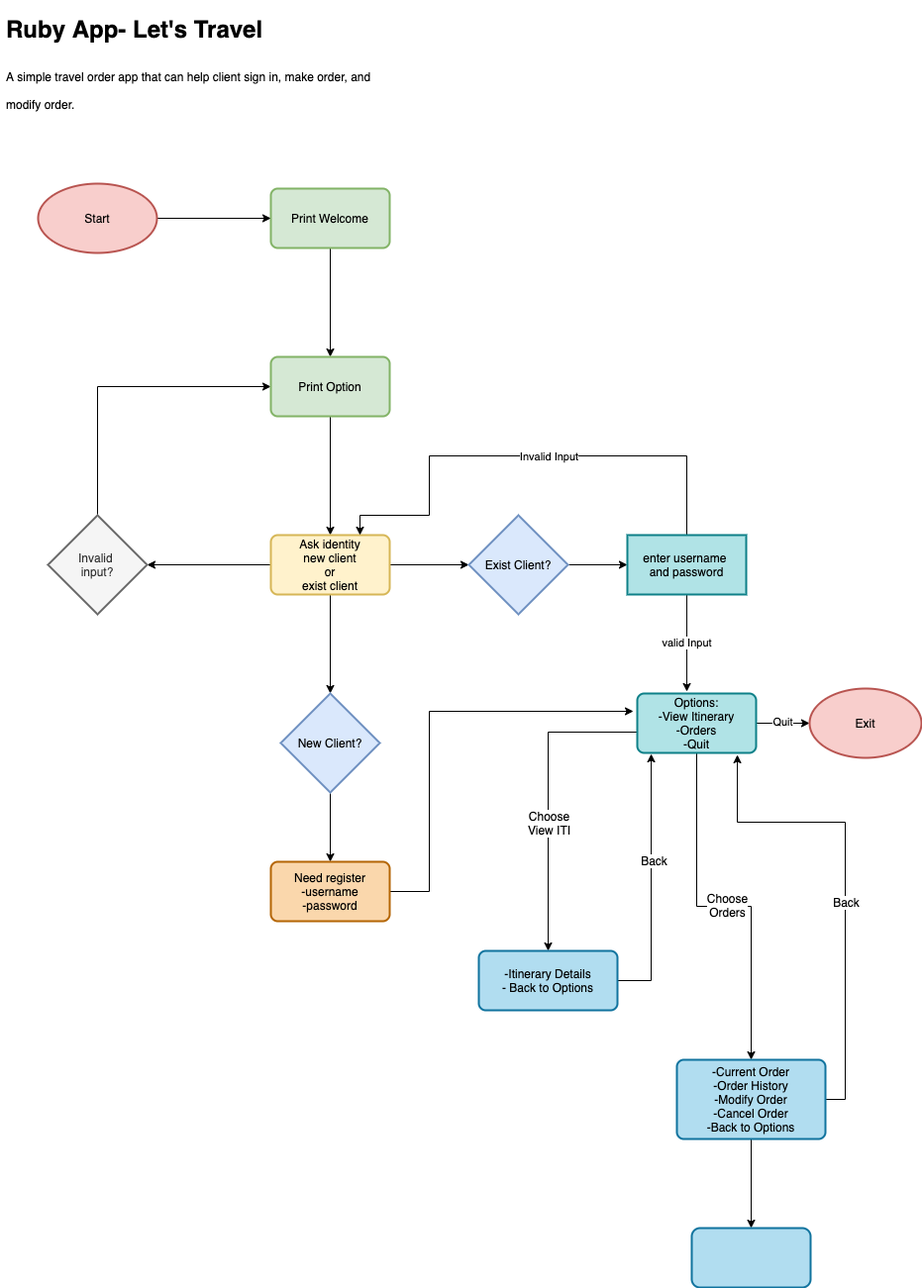
This is docs/T1A3-Draft-Draw.png from lanceliumeng/Terminal_Application, a draw.io export, as it was before one commit. Source tidied: cells renumbered, new cells last; positions are measured from the earlier drawing's top-left corner, leaving out a move shared by most shapes.
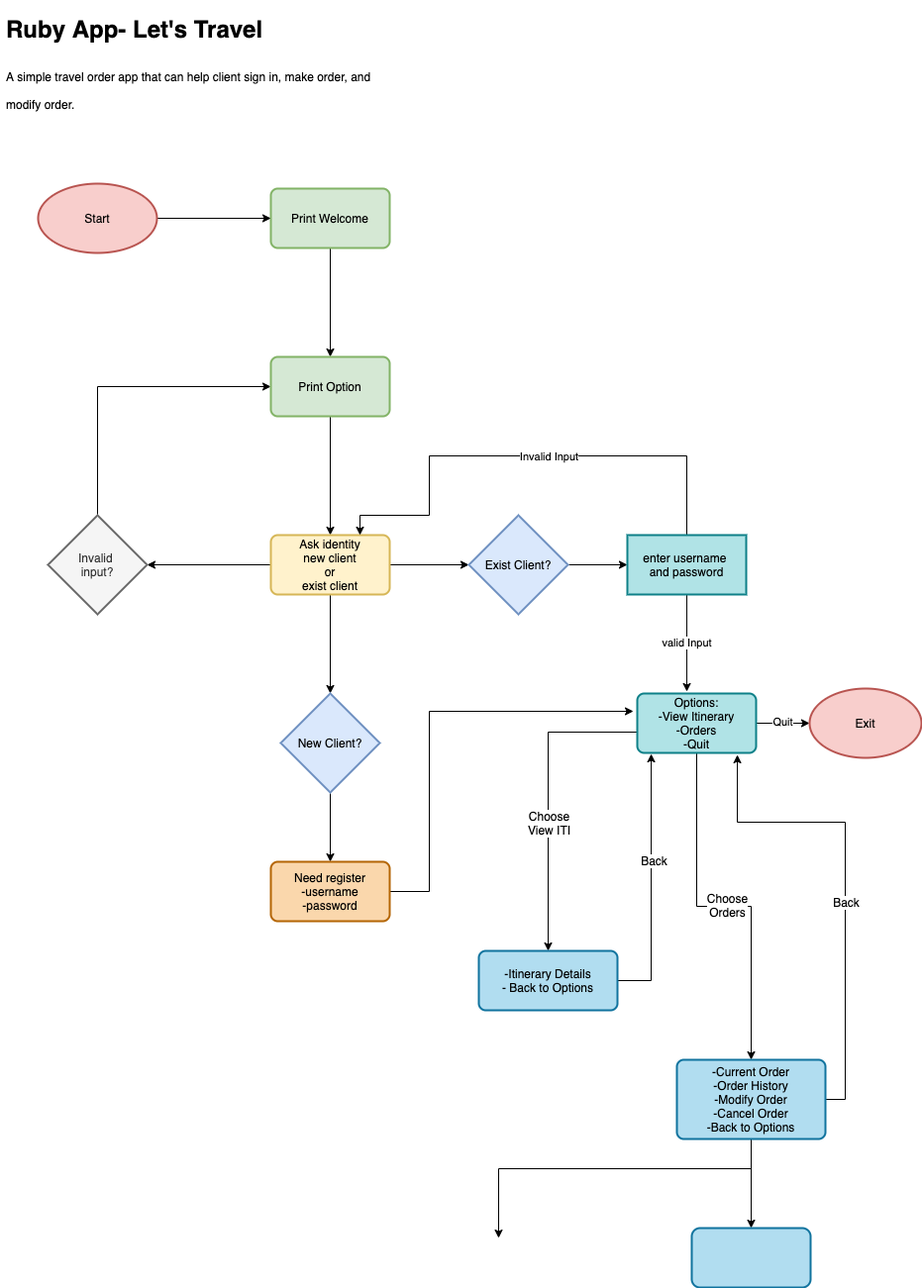
The same file after the commit.

Change to the diagram source:
```diff
@@ -123,6 +123,12 @@
     <mxCell id="33" style="edgeStyle=orthogonalEdgeStyle;rounded=0;jettySize=auto;html=1;" parent="1" edge="1" source="34" target="40">
       <mxGeometry relative="1" as="geometry" />
     </mxCell>
+    <mxCell id="41" style="edgeStyle=orthogonalEdgeStyle;rounded=0;orthogonalLoop=1;jettySize=auto;html=1;" parent="1" edge="1">
+      <mxGeometry relative="1" as="geometry">
+        <mxPoint x="757" y="1170" as="sourcePoint" />
+        <mxPoint x="502" y="1240" as="targetPoint" />
+      </mxGeometry>
+    </mxCell>
     <mxCell id="34" value="-Current Order&lt;br&gt;-Order History&lt;br&gt;-Modify Order&lt;br&gt;-Cancel Order&lt;br&gt;-Back to Options" style="rounded=1;whiteSpace=wrap;html=1;absoluteArcSize=1;arcSize=14;strokeWidth=2;fontSize=12;fillColor=#b1ddf0;strokeColor=#10739e;" parent="1" vertex="1">
       <mxGeometry x="682" y="1060" width="150" height="80" as="geometry" />
     </mxCell>
```
